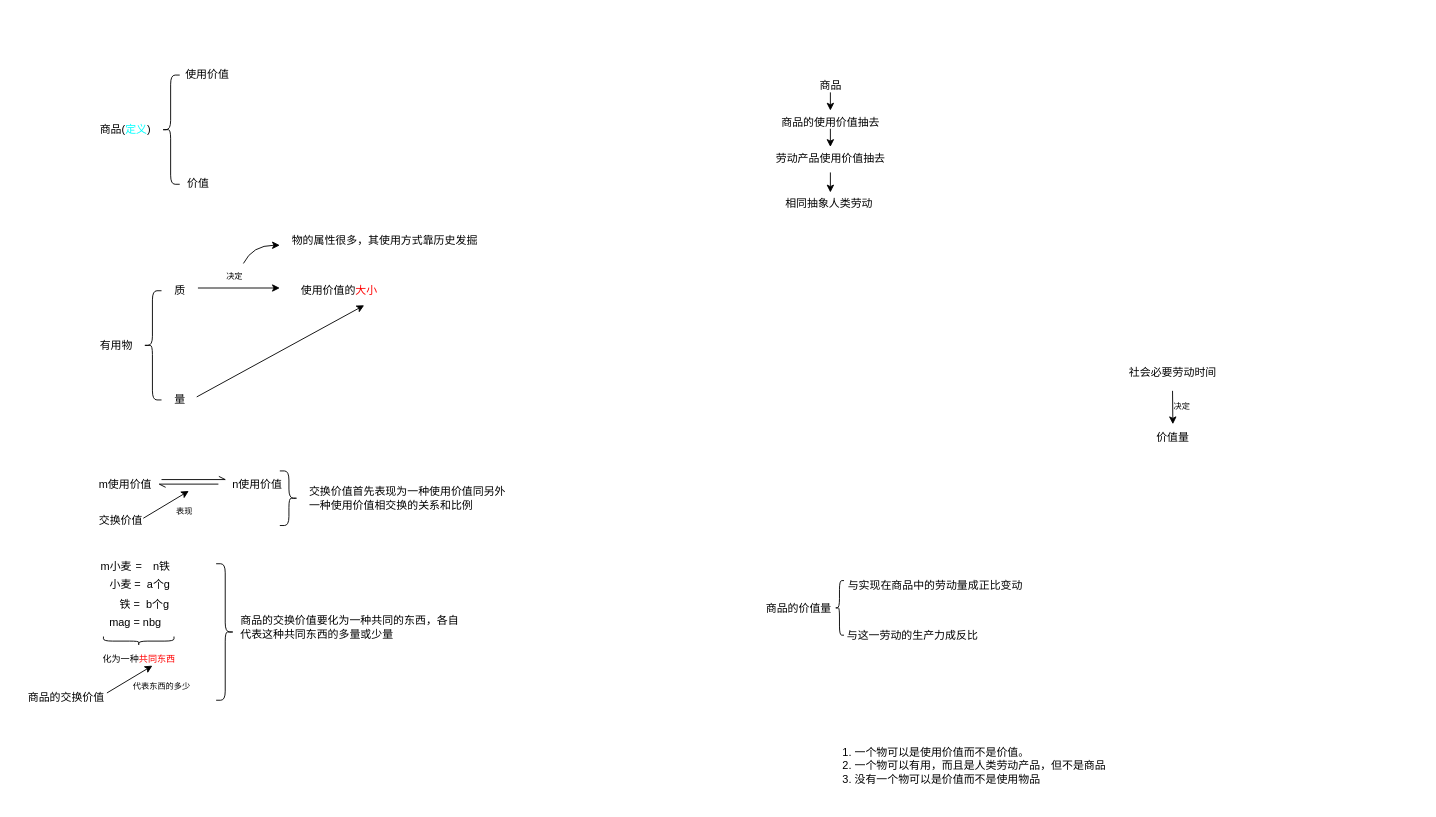
wcjlh/for-draw.io keeps this draw.io diagram as 资本论/1.1.1 商品的两个因素:使用价值和价值.drawio. Above is the earlier version. Source tidied: cells renumbered, new cells numbered last; positions are measured from the earlier drawing's top-left corner, leaving out a move shared by most shapes. Both pictures are drawn from the tidied source at 91%, with x=0, y=0 at pixel (15, 61).
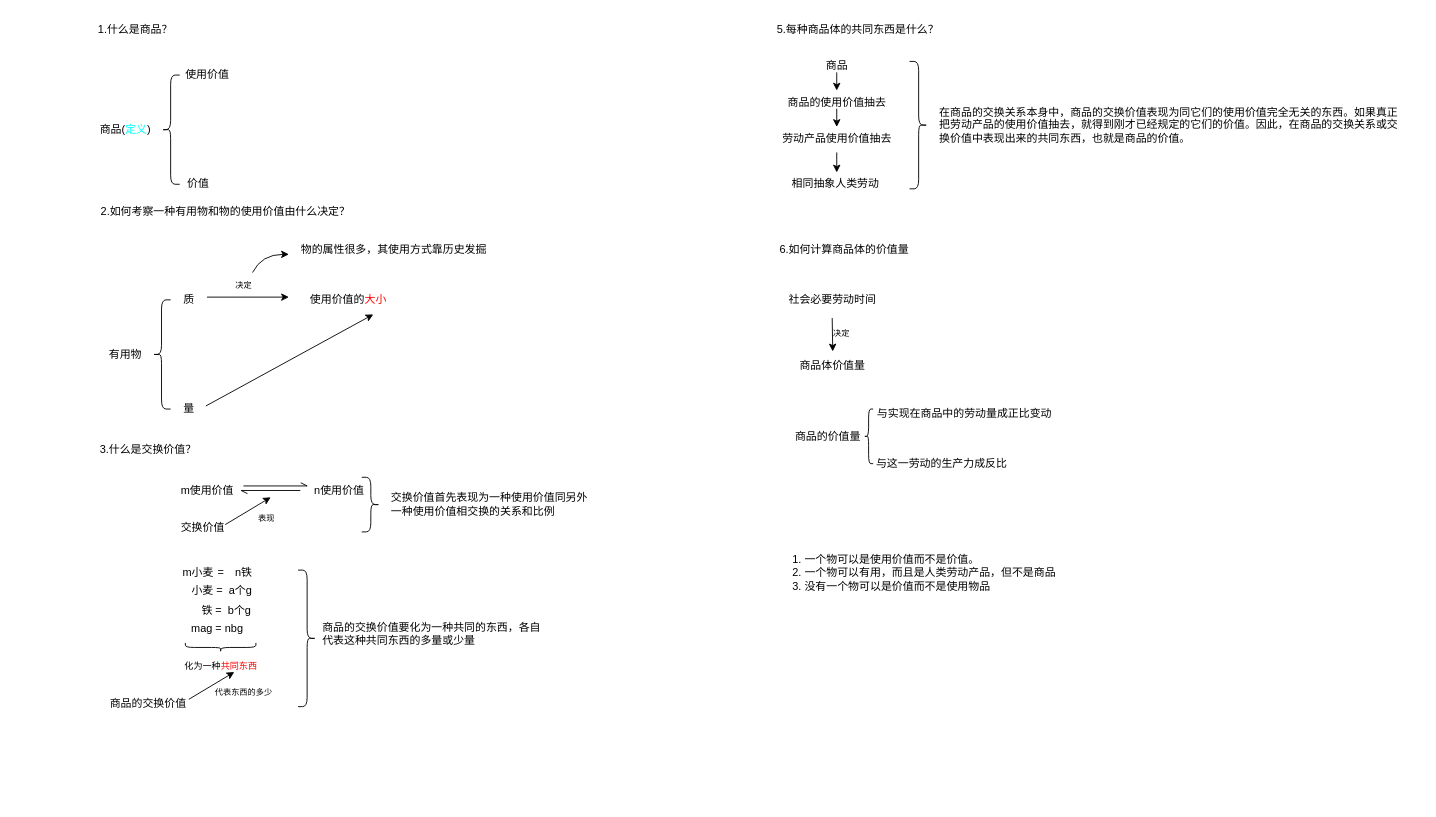
The same diagram, later.

Commit message:
更新1.1.1 商品的两个因素:使用价值和价值.drawio

What changed in the source:
```diff
@@
     <mxCell id="6" value="有用物" style="text;html=1;align=center;verticalAlign=middle;strokeColor=none;fillColor=none;" parent="1" vertex="1">
-      <mxGeometry x="80" y="297" width="60" height="30" as="geometry" />
+      <mxGeometry x="90" y="307" width="60" height="30" as="geometry" />
     </mxCell>
     <mxCell id="7" style="shape=curlyBracket;whiteSpace=wrap;html=1;rounded=1;labelPosition=left;verticalLabelPosition=middle;align=right;verticalAlign=middle;" parent="1" vertex="1">
-      <mxGeometry x="140" y="252" width="20" height="120" as="geometry" />
+      <mxGeometry x="150" y="262" width="20" height="120" as="geometry" />
     </mxCell>
     <mxCell id="8" value="质" style="text;html=1;align=center;verticalAlign=middle;strokeColor=none;fillColor=none;" parent="1" vertex="1">
-      <mxGeometry x="160" y="237" width="40" height="30" as="geometry" />
+      <mxGeometry x="170" y="247" width="40" height="30" as="geometry" />
     </mxCell>
     <mxCell id="9" value="量" style="text;html=1;align=center;verticalAlign=middle;points=[];strokeColor=none;fillColor=none;" parent="1" vertex="1">
-      <mxGeometry x="160" y="357" width="40" height="30" as="geometry" />
+      <mxGeometry x="170" y="367" width="40" height="30" as="geometry" />
     </mxCell>
     <mxCell id="10" style="endArrow=classic;html=1;rounded=0;" parent="1" edge="1">
       <mxGeometry relative="1" as="geometry">
-        <mxPoint x="200" y="249" as="sourcePoint" />
-        <mxPoint x="290" y="249" as="targetPoint" />
+        <mxPoint x="210" y="259" as="sourcePoint" />
+        <mxPoint x="300" y="259" as="targetPoint" />
       </mxGeometry>
     </mxCell>
     <mxCell id="11" value="决定" style="text;html=1;align=center;verticalAlign=middle;strokeColor=none;fillColor=none;fontSize=9;" parent="1" vertex="1">
-      <mxGeometry x="220" y="227" width="40" height="20" as="geometry" />
+      <mxGeometry x="230" y="237" width="40" height="20" as="geometry" />
     </mxCell>
     <mxCell id="12" value="使用价值的&lt;font style=&quot;color: rgb(255, 0, 0);&quot;&gt;大小&lt;/font&gt;" style="text;html=1;align=center;verticalAlign=middle;points=[];strokeColor=none;fillColor=none;" parent="1" vertex="1">
-      <mxGeometry x="300" y="237" width="110" height="30" as="geometry" />
+      <mxGeometry x="310" y="247" width="110" height="30" as="geometry" />
     </mxCell>
     <mxCell id="13" style="endArrow=classic;html=1;rounded=0;jumpStyle=none;curved=1;" parent="1" edge="1">
       <mxGeometry relative="1" as="geometry">
-        <mxPoint x="250" y="222" as="sourcePoint" />
-        <mxPoint x="290" y="202" as="targetPoint" />
+        <mxPoint x="260" y="232" as="sourcePoint" />
+        <mxPoint x="300" y="212" as="targetPoint" />
         <Array as="points">
-          <mxPoint x="260" y="202" />
+          <mxPoint x="270" y="212" />
         </Array>
       </mxGeometry>
     </mxCell>
     <mxCell id="14" value="物的属性很多，其使用方式靠历史发掘" style="text;html=1;align=center;verticalAlign=middle;strokeColor=none;fillColor=none;" parent="1" vertex="1">
-      <mxGeometry x="290" y="182" width="230" height="30" as="geometry" />
+      <mxGeometry x="300" y="192" width="230" height="30" as="geometry" />
     </mxCell>
@@
     <mxCell id="16" value="m使用价值" style="text;html=1;align=center;verticalAlign=middle;strokeColor=none;fillColor=none;" parent="1" vertex="1">
-      <mxGeometry x="80" y="450" width="80" height="30" as="geometry" />
+      <mxGeometry x="170" y="457" width="80" height="30" as="geometry" />
     </mxCell>
     <mxCell id="17" style="endArrow=openAsync;html=1;rounded=0;endFill=0;" parent="1" edge="1">
       <mxGeometry relative="1" as="geometry">
-        <mxPoint x="160" y="459.5" as="sourcePoint" />
-        <mxPoint x="230" y="459.5" as="targetPoint" />
+        <mxPoint x="250" y="466.5" as="sourcePoint" />
+        <mxPoint x="320" y="466.5" as="targetPoint" />
       </mxGeometry>
     </mxCell>
     <mxCell id="18" style="endArrow=openAsync;html=1;rounded=0;endFill=0;" parent="1" edge="1">
       <mxGeometry relative="1" as="geometry">
-        <mxPoint x="222.5" y="464.5" as="sourcePoint" />
-        <mxPoint x="157.5" y="464.5" as="targetPoint" />
+        <mxPoint x="312.5" y="471.5" as="sourcePoint" />
+        <mxPoint x="247.5" y="471.5" as="targetPoint" />
       </mxGeometry>
     </mxCell>
     <mxCell id="19" value="n使用价值" style="text;html=1;align=center;verticalAlign=middle;strokeColor=none;fillColor=none;" parent="1" vertex="1">
-      <mxGeometry x="225" y="450" width="80" height="30" as="geometry" />
+      <mxGeometry x="315" y="457" width="80" height="30" as="geometry" />
     </mxCell>
     <mxCell id="20" value="交换价值" style="text;html=1;align=center;verticalAlign=middle;strokeColor=none;fillColor=none;" parent="1" vertex="1">
-      <mxGeometry x="80" y="490" width="70" height="30" as="geometry" />
+      <mxGeometry x="170" y="497" width="70" height="30" as="geometry" />
     </mxCell>
     <mxCell id="21" style="endArrow=classic;html=1;rounded=0;" parent="1" edge="1">
       <mxGeometry relative="1" as="geometry">
-        <mxPoint x="140" y="502" as="sourcePoint" />
-        <mxPoint x="190" y="472" as="targetPoint" />
+        <mxPoint x="230" y="509" as="sourcePoint" />
+        <mxPoint x="280" y="479" as="targetPoint" />
       </mxGeometry>
     </mxCell>
     <mxCell id="22" value="表现" style="text;html=1;align=center;verticalAlign=middle;strokeColor=none;fillColor=none;fontSize=9;" parent="1" vertex="1">
-      <mxGeometry x="165" y="485" width="40" height="20" as="geometry" />
+      <mxGeometry x="255" y="492" width="40" height="20" as="geometry" />
     </mxCell>
     <mxCell id="23" value="m小麦" style="text;html=1;align=center;verticalAlign=middle;strokeColor=none;fillColor=none;" parent="1" vertex="1">
-      <mxGeometry x="80" y="540" width="60" height="30" as="geometry" />
+      <mxGeometry x="170" y="547" width="60" height="30" as="geometry" />
     </mxCell>
     <mxCell id="24" value="=" style="text;html=1;align=center;verticalAlign=middle;strokeColor=none;fillColor=none;" parent="1" vertex="1">
-      <mxGeometry x="120" y="540" width="30" height="30" as="geometry" />
+      <mxGeometry x="210" y="547" width="30" height="30" as="geometry" />
     </mxCell>
     <mxCell id="25" value="n铁" style="text;html=1;align=center;verticalAlign=middle;strokeColor=none;fillColor=none;" parent="1" vertex="1">
-      <mxGeometry x="140" y="540" width="40" height="30" as="geometry" />
+      <mxGeometry x="230" y="547" width="40" height="30" as="geometry" />
     </mxCell>
     <mxCell id="26" style="shape=curlyBracket;whiteSpace=wrap;html=1;rounded=1;flipH=1;labelPosition=right;verticalLabelPosition=middle;align=left;verticalAlign=middle;direction=north;" parent="1" vertex="1">
-      <mxGeometry x="96.2" y="632" width="77.5" height="10" as="geometry" />
+      <mxGeometry x="186.2" y="639" width="77.5" height="10" as="geometry" />
     </mxCell>
     <mxCell id="27" value="化为一种&lt;font style=&quot;color: rgb(255, 0, 0);&quot;&gt;共同东西&lt;/font&gt;" style="text;html=1;align=center;verticalAlign=middle;strokeColor=none;fillColor=none;fontSize=10;" parent="1" vertex="1">
-      <mxGeometry x="85" y="642" width="100" height="30" as="geometry" />
+      <mxGeometry x="175" y="649" width="100" height="30" as="geometry" />
     </mxCell>
     <mxCell id="28" value="商品的交换价值" style="text;html=1;align=center;verticalAlign=middle;strokeColor=none;fillColor=none;" parent="1" vertex="1">
-      <mxGeometry y="684" width="110" height="30" as="geometry" />
+      <mxGeometry x="90" y="691" width="110" height="30" as="geometry" />
     </mxCell>
     <mxCell id="29" style="endArrow=classic;html=1;rounded=0;" parent="1" edge="1">
       <mxGeometry relative="1" as="geometry">
-        <mxPoint x="100" y="694" as="sourcePoint" />
-        <mxPoint x="150" y="664" as="targetPoint" />
+        <mxPoint x="190" y="701" as="sourcePoint" />
+        <mxPoint x="240" y="671" as="targetPoint" />
       </mxGeometry>
     </mxCell>
     <mxCell id="30" value="代表东西的多少" style="text;html=1;align=center;verticalAlign=middle;strokeColor=none;fillColor=none;fontSize=9;" parent="1" vertex="1">
-      <mxGeometry x="115" y="677" width="90" height="20" as="geometry" />
+      <mxGeometry x="205" y="684" width="90" height="20" as="geometry" />
     </mxCell>
     <mxCell id="31" value="商品" style="text;html=1;align=center;verticalAlign=middle;strokeColor=none;fillColor=none;" parent="1" vertex="1">
-      <mxGeometry x="870" y="12" width="50" height="30" as="geometry" />
+      <mxGeometry x="877" y="-10" width="50" height="30" as="geometry" />
     </mxCell>
     <mxCell id="32" style="endArrow=classic;html=1;rounded=0;" parent="1" edge="1">
       <mxGeometry relative="1" as="geometry">
-        <mxPoint x="895" y="34" as="sourcePoint" />
-        <mxPoint x="895" y="54" as="targetPoint" />
+        <mxPoint x="902" y="12" as="sourcePoint" />
+        <mxPoint x="902" y="32" as="targetPoint" />
       </mxGeometry>
     </mxCell>
     <mxCell id="33" value="商品的使用价值抽去" style="text;html=1;align=center;verticalAlign=middle;points=[];strokeColor=none;fillColor=none;" parent="1" vertex="1">
-      <mxGeometry x="830" y="52" width="130" height="30" as="geometry" />
+      <mxGeometry x="837" y="30" width="130" height="30" as="geometry" />
     </mxCell>
     <mxCell id="34" style="endArrow=classic;html=1;rounded=0;" parent="1" edge="1">
       <mxGeometry relative="1" as="geometry">
-        <mxPoint x="895" y="84" as="sourcePoint" />
-        <mxPoint x="895" y="84" as="targetPoint" />
+        <mxPoint x="902" y="62" as="sourcePoint" />
+        <mxPoint x="902" y="62" as="targetPoint" />
       </mxGeometry>
     </mxCell>
     <mxCell id="35" style="endArrow=classic;html=1;rounded=0;exitX=0.5;exitY=0.733;exitDx=0;exitDy=0;exitPerimeter=0;" parent="1" edge="1" source="33">
       <mxGeometry relative="1" as="geometry">
-        <mxPoint x="895" y="94" as="targetPoint" />
+        <mxPoint x="902" y="72" as="targetPoint" />
       </mxGeometry>
     </mxCell>
     <mxCell id="36" value="劳动产品使用价值抽去" style="text;html=1;align=center;verticalAlign=middle;points=[];strokeColor=none;fillColor=none;" parent="1" vertex="1">
-      <mxGeometry x="825" y="92" width="140" height="30" as="geometry" />
+      <mxGeometry x="832" y="70" width="140" height="30" as="geometry" />
     </mxCell>
     <mxCell id="37" style="endArrow=classic;html=1;rounded=0;" parent="1" edge="1" source="36">
       <mxGeometry relative="1" as="geometry">
-        <mxPoint x="895" y="144" as="targetPoint" />
+        <mxPoint x="902" y="122" as="targetPoint" />
       </mxGeometry>
     </mxCell>
     <mxCell id="38" value="相同抽象人类劳动&amp;nbsp;" style="text;html=1;align=center;verticalAlign=middle;strokeColor=none;fillColor=none;" parent="1" vertex="1">
-      <mxGeometry x="835" y="142" width="120" height="30" as="geometry" />
+      <mxGeometry x="842" y="120" width="120" height="30" as="geometry" />
     </mxCell>
     <mxCell id="39" value="社会必要劳动时间" style="text;html=1;align=center;verticalAlign=middle;strokeColor=none;fillColor=none;" parent="1" vertex="1">
-      <mxGeometry x="1211" y="327" width="120" height="30" as="geometry" />
+      <mxGeometry x="837" y="247" width="120" height="30" as="geometry" />
     </mxCell>
-    <mxCell id="40" value="价值量" style="text;html=1;align=center;verticalAlign=middle;points=[];strokeColor=none;fillColor=none;" parent="1" vertex="1">
-      <mxGeometry x="1241" y="399" width="60" height="30" as="geometry" />
+    <mxCell id="40" value="商品体价值量" style="text;html=1;align=center;verticalAlign=middle;points=[];strokeColor=none;fillColor=none;" parent="1" vertex="1">
+      <mxGeometry x="847" y="319" width="100" height="30" as="geometry" />
     </mxCell>
     <mxCell id="41" style="edgeStyle=orthogonalEdgeStyle;rounded=0;jettySize=auto;html=1;entryX=0.506;entryY=-0.011;entryDx=0;entryDy=0;entryPerimeter=0;" parent="1" edge="1" target="40">
       <mxGeometry relative="1" as="geometry">
-        <mxPoint x="1271" y="362" as="sourcePoint" />
+        <mxPoint x="897" y="282" as="sourcePoint" />
       </mxGeometry>
     </mxCell>
     <mxCell id="42" value="决定" style="text;html=1;align=center;verticalAlign=middle;strokeColor=none;fillColor=none;fontSize=9;" parent="1" vertex="1">
-      <mxGeometry x="1261" y="369" width="40" height="20" as="geometry" />
+      <mxGeometry x="887" y="289" width="40" height="20" as="geometry" />
     </mxCell>
     <mxCell id="43" value="商品的价值量" style="text;html=1;align=center;verticalAlign=middle;strokeColor=none;fillColor=none;" parent="1" vertex="1">
-      <mxGeometry x="810" y="585.5" width="100" height="30" as="geometry" />
+      <mxGeometry x="842" y="397" width="100" height="30" as="geometry" />
     </mxCell>
     <mxCell id="44" style="shape=curlyBracket;whiteSpace=wrap;html=1;rounded=1;labelPosition=left;verticalLabelPosition=middle;align=right;verticalAlign=middle;" parent="1" vertex="1">
-      <mxGeometry x="900" y="570.5" width="10" height="60" as="geometry" />
+      <mxGeometry x="932" y="382" width="10" height="60" as="geometry" />
     </mxCell>
     <mxCell id="45" value="与实现在商品中的劳动量成正比变动" style="text;html=1;align=center;verticalAlign=middle;strokeColor=none;fillColor=none;" parent="1" vertex="1">
-      <mxGeometry x="900" y="560.5" width="220" height="30" as="geometry" />
+      <mxGeometry x="932" y="372" width="220" height="30" as="geometry" />
     </mxCell>
     <mxCell id="46" value="与这一劳动的生产力成反比" style="text;html=1;align=center;verticalAlign=middle;strokeColor=none;fillColor=none;" parent="1" vertex="1">
-      <mxGeometry x="900" y="615.5" width="170" height="30" as="geometry" />
+      <mxGeometry x="932" y="427" width="170" height="30" as="geometry" />
     </mxCell>
     <mxCell id="47" value="&lt;ol&gt;&lt;li&gt;一个物可以是使用价值而不是价值。&lt;/li&gt;&lt;li&gt;一个物可以有用，而且是人类劳动产品，但不是商品&lt;/li&gt;&lt;li&gt;没有一个物可以是价值而不是使用物品&lt;/li&gt;&lt;/ol&gt;" style="text;strokeColor=none;fillColor=none;html=1;whiteSpace=wrap;verticalAlign=middle;overflow=hidden;" parent="1" vertex="1">
-      <mxGeometry x="880" y="733.5" width="361" height="80" as="geometry" />
+      <mxGeometry x="825" y="522" width="361" height="80" as="geometry" />
     </mxCell>
     <mxCell id="48" value="小麦 =&amp;nbsp; a个g" style="text;html=1;align=center;verticalAlign=middle;strokeColor=none;fillColor=none;" parent="1" vertex="1">
-      <mxGeometry x="91.2" y="560" width="90" height="30" as="geometry" />
+      <mxGeometry x="181.2" y="567" width="90" height="30" as="geometry" />
     </mxCell>
     <mxCell id="49" value="铁 =&amp;nbsp; b个g" style="text;html=1;align=center;verticalAlign=middle;strokeColor=none;fillColor=none;" parent="1" vertex="1">
-      <mxGeometry x="101.2" y="582" width="80" height="30" as="geometry" />
+      <mxGeometry x="191.2" y="589" width="80" height="30" as="geometry" />
     </mxCell>
     <mxCell id="50" value="mag = nbg" style="text;html=1;align=center;verticalAlign=middle;strokeColor=none;fillColor=none;" parent="1" vertex="1">
-      <mxGeometry x="91.2" y="602" width="80" height="30" as="geometry" />
+      <mxGeometry x="181.2" y="609" width="80" height="30" as="geometry" />
     </mxCell>
     <mxCell id="51" style="shape=curlyBracket;whiteSpace=wrap;html=1;rounded=1;flipH=1;labelPosition=right;verticalLabelPosition=middle;align=left;verticalAlign=middle;size=0.5;" parent="1" vertex="1">
-      <mxGeometry x="290" y="450" width="20" height="60" as="geometry" />
+      <mxGeometry x="380" y="457" width="20" height="60" as="geometry" />
     </mxCell>
     <mxCell id="52" value="交换价值首先表现为一&lt;span style=&quot;background-color: transparent; color: light-dark(rgb(0, 0, 0), rgb(255, 255, 255));&quot;&gt;种使用价值同另外&lt;/span&gt;&lt;div style=&quot;text-align: left;&quot;&gt;&lt;span style=&quot;background-color: transparent; color: light-dark(rgb(0, 0, 0), rgb(255, 255, 255));&quot;&gt;一种使用价值相交换的关系和比例&lt;/span&gt;&lt;/div&gt;" style="text;html=1;align=center;verticalAlign=middle;strokeColor=none;fillColor=none;" parent="1" vertex="1">
-      <mxGeometry x="310" y="460" width="240" height="40" as="geometry" />
+      <mxGeometry x="400" y="467" width="240" height="40" as="geometry" />
     </mxCell>
     <mxCell id="53" style="shape=curlyBracket;whiteSpace=wrap;html=1;rounded=1;flipH=1;labelPosition=right;verticalLabelPosition=middle;align=left;verticalAlign=middle;" parent="1" vertex="1">
-      <mxGeometry x="220" y="552" width="20" height="150" as="geometry" />
+      <mxGeometry x="310" y="559" width="20" height="150" as="geometry" />
     </mxCell>
     <mxCell id="54" value="商品的交换价值要化为一种共同的东西，各自&lt;div&gt;代表这种共同东西的多量或少量&lt;/div&gt;" style="text;html=1;align=left;verticalAlign=middle;strokeColor=none;fillColor=none;" parent="1" vertex="1">
-      <mxGeometry x="245" y="602" width="260" height="40" as="geometry" />
+      <mxGeometry x="335" y="609" width="260" height="40" as="geometry" />
     </mxCell>
+    <mxCell id="55" style="shape=curlyBracket;whiteSpace=wrap;html=1;rounded=1;flipH=1;labelPosition=right;verticalLabelPosition=middle;align=left;verticalAlign=middle;" parent="1" vertex="1">
+      <mxGeometry x="982" width="20" height="140" as="geometry" />
+    </mxCell>
+    <mxCell id="56" value="在商品的交换关系本身中，商品的交换价值表现为同它们的使用价值完全无关的东西。如果真正&lt;div&gt;把劳动产品的使用价值抽去，就得到刚才已经规定的它们的价值。因此，在商品的交换关系或交&lt;/div&gt;&lt;div&gt;换价值中表现出来的共同东西，也就是商品的价值。&lt;/div&gt;" style="text;html=1;align=left;verticalAlign=middle;strokeColor=none;fillColor=none;" parent="1" vertex="1">
+      <mxGeometry x="1013" y="40" width="530" height="60" as="geometry" />
+    </mxCell>
+    <mxCell id="57" value="1.什么是商品？" style="text;html=1;align=center;verticalAlign=middle;strokeColor=none;fillColor=none;" parent="1" vertex="1">
+      <mxGeometry x="76.2" y="-50" width="110" height="30" as="geometry" />
+    </mxCell>
+    <mxCell id="58" value="2.如何考察一种有用物和物的使用价值由什么决定？" style="text;html=1;align=center;verticalAlign=middle;strokeColor=none;fillColor=none;" parent="1" vertex="1">
+      <mxGeometry x="80" y="150" width="300" height="30" as="geometry" />
+    </mxCell>
+    <mxCell id="59" value="3.什么是交换价值？" style="text;html=1;align=center;verticalAlign=middle;strokeColor=none;fillColor=none;" parent="1" vertex="1">
+      <mxGeometry x="80" y="412" width="130" height="30" as="geometry" />
+    </mxCell>
+    <mxCell id="60" value="5.每种商品体的共同东西是什么？" style="text;html=1;align=center;verticalAlign=middle;strokeColor=none;fillColor=none;" parent="1" vertex="1">
+      <mxGeometry x="825" y="-50" width="200" height="30" as="geometry" />
+    </mxCell>
+    <mxCell id="61" value="6.如何计算商品体的价值量" style="text;html=1;align=center;verticalAlign=middle;strokeColor=none;fillColor=none;" parent="1" vertex="1">
+      <mxGeometry x="825" y="192" width="170" height="30" as="geometry" />
+    </mxCell>
```
